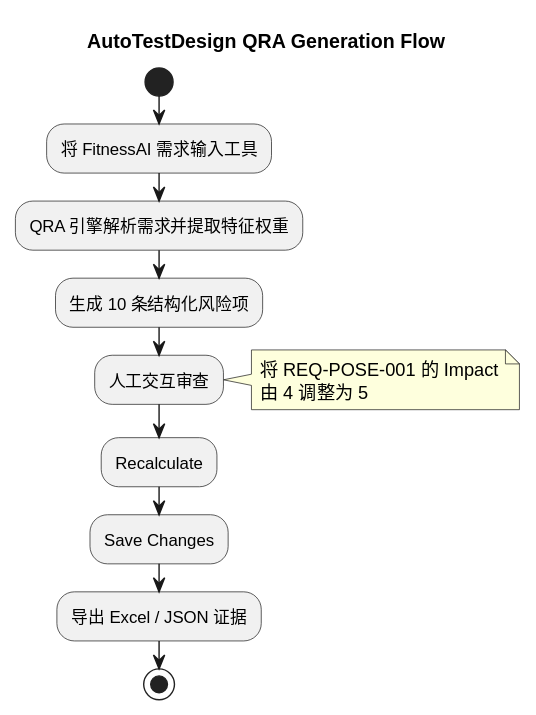
Above: 文档/image/qra_generation_flow.svg in Crohkles/Software-Test-Assignment (PlantUML), before the change. The source it was exported from:
```plantuml
@startuml
title AutoTestDesign QRA Generation Flow

skinparam backgroundColor transparent
skinparam shadowing false

start
:将 FitnessAI 需求输入工具;
:QRA 引擎解析需求并提取特征权重;
:生成 10 条结构化风险项;
:人工交互审查;
note right
将 REQ-POSE-001 的 Impact
由 4 调整为 5
end note
:Recalculate;
:Save Changes;
:导出 Excel / JSON 证据;
stop
@enduml
```
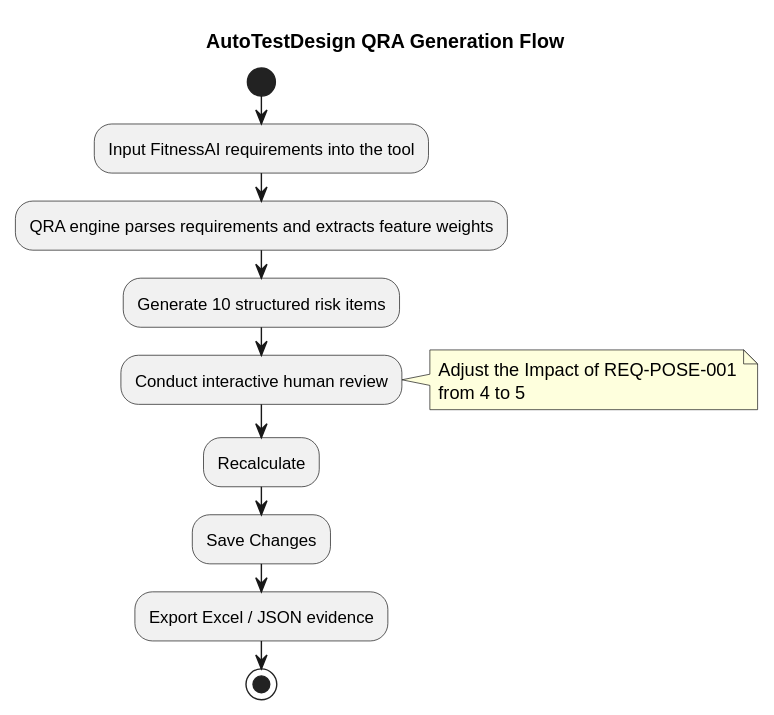
After the commit.

Diff of the diagram source:
```diff
@@ -5,16 +5,16 @@
 skinparam shadowing false
 
 start
-:将 FitnessAI 需求输入工具;
-:QRA 引擎解析需求并提取特征权重;
-:生成 10 条结构化风险项;
-:人工交互审查;
+:Input FitnessAI requirements into the tool;
+:QRA engine parses requirements and extracts feature weights;
+:Generate 10 structured risk items;
+:Conduct interactive human review;
 note right
-将 REQ-POSE-001 的 Impact
-由 4 调整为 5
+Adjust the Impact of REQ-POSE-001
+from 4 to 5
 end note
 :Recalculate;
 :Save Changes;
-:导出 Excel / JSON 证据;
+:Export Excel / JSON evidence;
 stop
 @enduml
```
